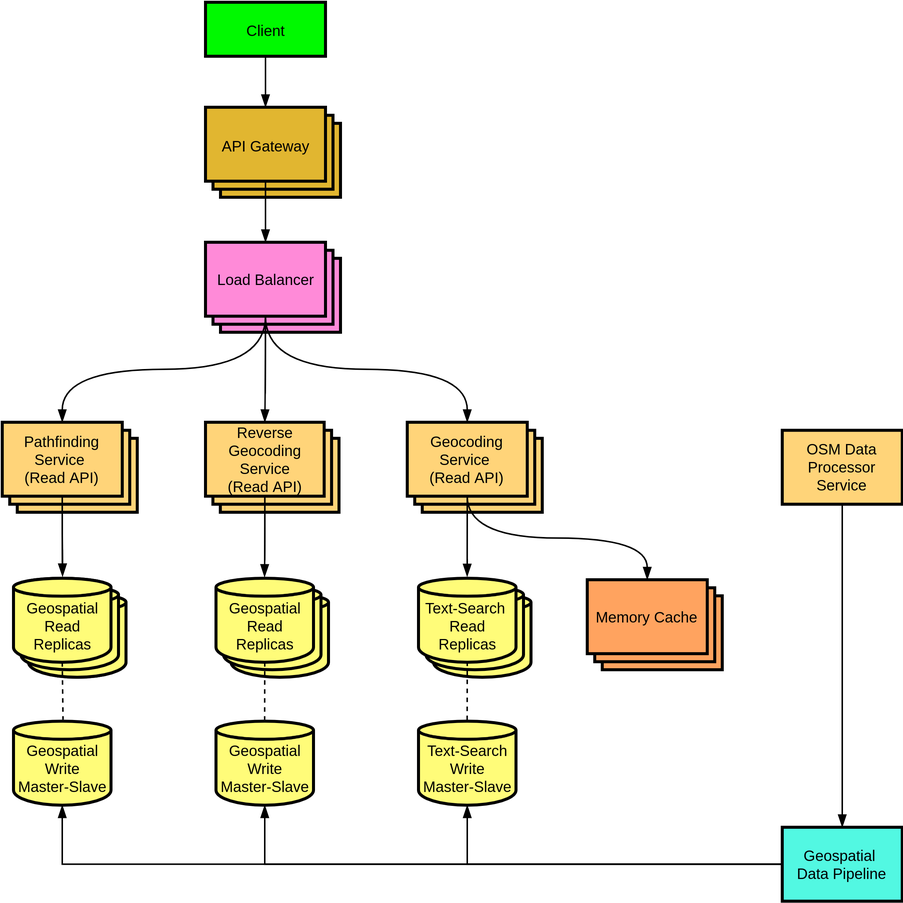
Above: architecture/architecture.png in Nalhin/Navigation (draw.io), before the change. Source tidied: cells renumbered, new cells last; positions are measured from the earlier drawing's top-left corner, leaving out a move shared by most shapes.
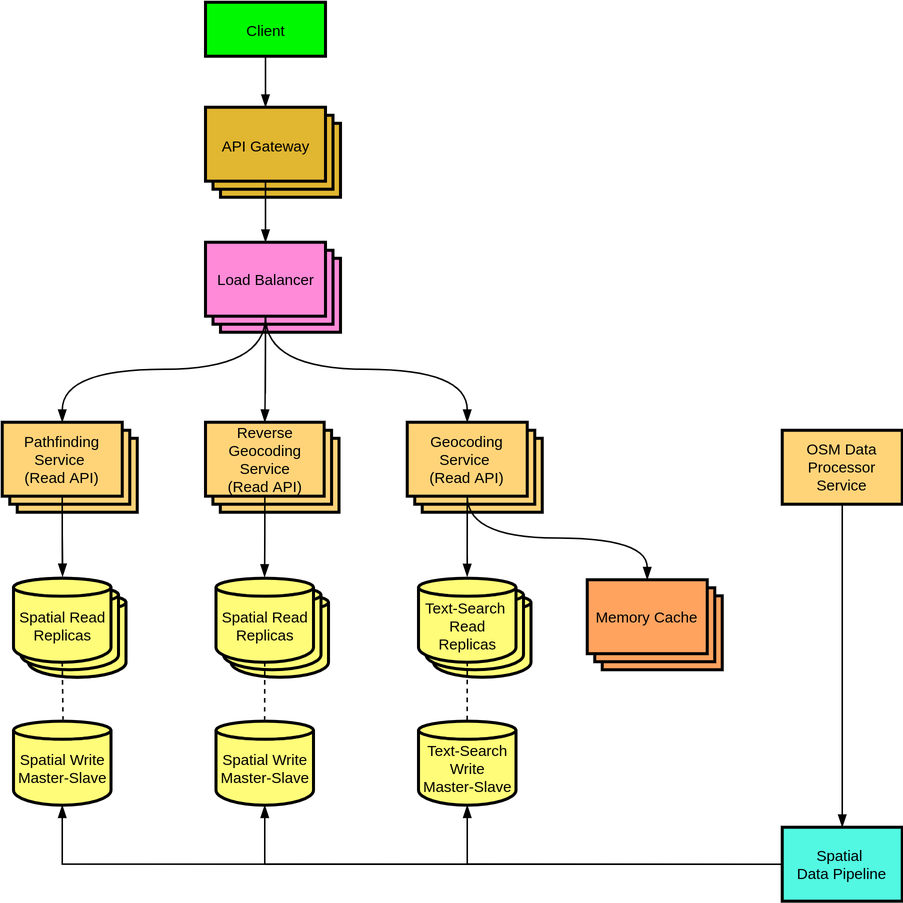
After the change.

Commit message:
feat: updated architecture diagram.

Change to the diagram source:
```diff
@@ -95,13 +95,13 @@
     <mxCell id="32" style="edgeStyle=orthogonalEdgeStyle;rounded=0;sketch=0;jettySize=auto;html=1;exitX=0;exitY=0.5;exitDx=0;exitDy=0;entryX=0.5;entryY=1;entryDx=0;entryDy=0;entryPerimeter=0;fontFamily=Helvetica;fontSize=10;endArrow=blockThin;endFill=1;targetPerimeterSpacing=-1;" parent="1" edge="1" source="33" target="36">
       <mxGeometry relative="1" as="geometry" />
     </mxCell>
-    <mxCell id="33" value="Geospatial &lt;br&gt;Data Pipeline" style="rounded=0;whiteSpace=wrap;html=1;strokeWidth=2;fillColor=#52f8e2;fontSize=10;" parent="1" vertex="1">
+    <mxCell id="33" value="Spatial &lt;br&gt;Data Pipeline" style="rounded=0;whiteSpace=wrap;html=1;strokeWidth=2;fillColor=#52f8e2;fontSize=10;" parent="1" vertex="1">
       <mxGeometry x="520" y="550" width="80" height="49.3" as="geometry" />
     </mxCell>
-    <mxCell id="34" value="&lt;font style=&quot;font-size: 10px ; line-height: 100%&quot;&gt;&lt;br&gt;Geospatial Write&lt;br&gt;Master-Slave&lt;br&gt;&lt;/font&gt;" style="strokeWidth=2;html=1;shape=(stored shape, 484 characters);whiteSpace=wrap;sketch=0;fontFamily=Helvetica;fontSize=10;fillColor=#fffc79;" parent="1" vertex="1">
+    <mxCell id="34" value="&lt;font style=&quot;font-size: 10px ; line-height: 100%&quot;&gt;&lt;br&gt;Spatial Write&lt;br&gt;Master-Slave&lt;br&gt;&lt;/font&gt;" style="strokeWidth=2;html=1;shape=(stored shape, 484 characters);whiteSpace=wrap;sketch=0;fontFamily=Helvetica;fontSize=10;fillColor=#fffc79;" parent="1" vertex="1">
       <mxGeometry x="7.5" y="475.3" width="65" height="60" as="geometry" />
     </mxCell>
-    <mxCell id="35" value="&lt;font style=&quot;font-size: 10px ; line-height: 100%&quot;&gt;&lt;br&gt;Geospatial Write&lt;br&gt;Master-Slave&lt;br&gt;&lt;/font&gt;" style="strokeWidth=2;html=1;shape=(stored shape, 484 characters);whiteSpace=wrap;sketch=0;fontFamily=Helvetica;fontSize=10;fillColor=#fffc79;" parent="1" vertex="1">
+    <mxCell id="35" value="&lt;font style=&quot;font-size: 10px ; line-height: 100%&quot;&gt;&lt;br&gt;Spatial Write&lt;br&gt;Master-Slave&lt;br&gt;&lt;/font&gt;" style="strokeWidth=2;html=1;shape=(stored shape, 484 characters);whiteSpace=wrap;sketch=0;fontFamily=Helvetica;fontSize=10;fillColor=#fffc79;" parent="1" vertex="1">
       <mxGeometry x="142.5" y="475.3" width="65" height="60" as="geometry" />
     </mxCell>
     <mxCell id="36" value="&lt;font style=&quot;font-size: 10px ; line-height: 100%&quot;&gt;&lt;br&gt;Text-Search Write&lt;br&gt;Master-Slave&lt;br&gt;&lt;/font&gt;" style="strokeWidth=2;html=1;shape=(stored shape, 484 characters);whiteSpace=wrap;sketch=0;fontFamily=Helvetica;fontSize=10;fillColor=#fffc79;" parent="1" vertex="1">
@@ -146,7 +146,7 @@
     <mxCell id="49" value="&lt;font style=&quot;font-size: 10px ; line-height: 100%&quot;&gt;&lt;br&gt;&lt;/font&gt;" style="strokeWidth=2;html=1;shape=(stored shape, 484 characters);whiteSpace=wrap;sketch=0;fontFamily=Helvetica;fontSize=10;fillColor=#fffc79;" parent="47" vertex="1">
       <mxGeometry x="5" y="5" width="65" height="60" as="geometry" />
     </mxCell>
-    <mxCell id="50" value="&lt;font style=&quot;font-size: 10px ; line-height: 100%&quot;&gt;&lt;br&gt;Geospatial Read&lt;br&gt;Replicas&lt;br&gt;&lt;/font&gt;" style="strokeWidth=2;html=1;shape=(stored shape, 484 characters);whiteSpace=wrap;sketch=0;fontFamily=Helvetica;fontSize=10;fillColor=#fffc79;" parent="47" vertex="1">
+    <mxCell id="50" value="&lt;font style=&quot;font-size: 10px ; line-height: 100%&quot;&gt;&lt;br&gt;Spatial Read&lt;br&gt;Replicas&lt;br&gt;&lt;/font&gt;" style="strokeWidth=2;html=1;shape=(stored shape, 484 characters);whiteSpace=wrap;sketch=0;fontFamily=Helvetica;fontSize=10;fillColor=#fffc79;" parent="47" vertex="1">
       <mxGeometry width="65" height="60" as="geometry" />
     </mxCell>
     <mxCell id="51" style="edgeStyle=orthogonalEdgeStyle;rounded=0;sketch=0;jettySize=auto;html=1;exitX=0.5;exitY=1;exitDx=0;exitDy=0;entryX=0.503;entryY=0.046;entryDx=0;entryDy=0;entryPerimeter=0;fontFamily=Helvetica;fontSize=10;endArrow=blockThin;endFill=1;targetPerimeterSpacing=-1;" parent="1" edge="1" target="50">
@@ -163,7 +163,7 @@
     <mxCell id="54" value="&lt;font style=&quot;font-size: 10px ; line-height: 100%&quot;&gt;&lt;br&gt;&lt;/font&gt;" style="strokeWidth=2;html=1;shape=(stored shape, 484 characters);whiteSpace=wrap;sketch=0;fontFamily=Helvetica;fontSize=10;fillColor=#fffc79;" parent="52" vertex="1">
       <mxGeometry x="5" y="5" width="65" height="60" as="geometry" />
     </mxCell>
-    <mxCell id="55" value="&lt;font style=&quot;font-size: 10px ; line-height: 100%&quot;&gt;&lt;br&gt;Geospatial Read&lt;br&gt;Replicas&lt;br&gt;&lt;/font&gt;" style="strokeWidth=2;html=1;shape=(stored shape, 484 characters);whiteSpace=wrap;sketch=0;fontFamily=Helvetica;fontSize=10;fillColor=#fffc79;" parent="52" vertex="1">
+    <mxCell id="55" value="&lt;font style=&quot;font-size: 10px ; line-height: 100%&quot;&gt;&lt;br&gt;Spatial Read&lt;br&gt;Replicas&lt;br&gt;&lt;/font&gt;" style="strokeWidth=2;html=1;shape=(stored shape, 484 characters);whiteSpace=wrap;sketch=0;fontFamily=Helvetica;fontSize=10;fillColor=#fffc79;" parent="52" vertex="1">
       <mxGeometry width="65" height="60" as="geometry" />
     </mxCell>
     <mxCell id="56" style="edgeStyle=orthogonalEdgeStyle;curved=1;rounded=0;sketch=0;jettySize=auto;html=1;exitX=0.5;exitY=1;exitDx=0;exitDy=0;entryX=0.498;entryY=0.053;entryDx=0;entryDy=0;entryPerimeter=0;fontFamily=Helvetica;fontSize=10;endArrow=blockThin;endFill=1;targetPerimeterSpacing=-1;" parent="1" edge="1" source="21" target="55">
```
